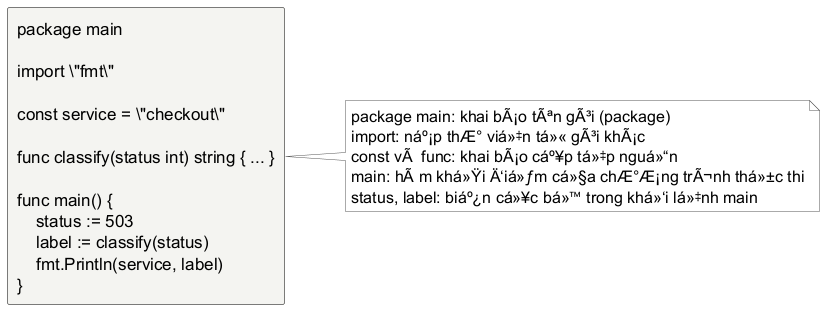
Before: assets/diagrams/go-source-anatomy.png, a diagram exported from PlantUML (Minhlike/Golang).
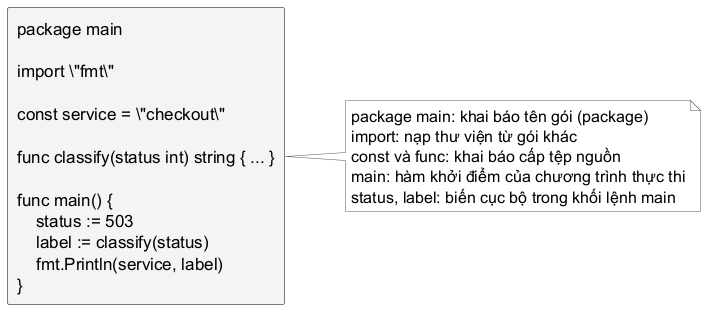
After the change.

What changed in the source:
```diff
@@ -1,16 +1,11 @@
 @startuml
 skinparam backgroundColor white
 skinparam shadowing false
-skinparam note {
-  BackgroundColor #F5F5F2
-  BorderColor #777777
-  FontColor #000000
-}
 skinparam defaultFontName "JetBrains Mono"
 skinparam defaultFontSize 17
 skinparam defaultFontColor #000000
 skinparam rectangle {
-  BackgroundColor #F4F4F1
+  BackgroundColor #F4F4F4
   BorderColor #000000
   FontColor #000000
   RoundCorner 4
@@ -27,10 +22,10 @@
 
 rectangle "package main\n\nimport \"fmt\"\n\nconst service = \"checkout\"\n\nfunc classify(status int) string { ... }\n\nfunc main() {\n    status := 503\n    label := classify(status)\n    fmt.Println(service, label)\n}" as source
 note right of source
-  package main: khai bÃ¡o tÃªn gÃ³i (package)
-  import: náº¡p thÆ° viá»‡n tá»« gÃ³i khÃ¡c
-  const vÃ  func: khai bÃ¡o cáº¥p tá»‡p nguá»“n
-  main: hÃ m khá»Ÿi Ä‘iá»ƒm cá»§a chÆ°Æ¡ng trÃ¬nh thá»±c thi
-  status, label: biáº¿n cá»¥c bá»™ trong khá»‘i lá»‡nh main
+  package main: khai báo tên gói (package)
+  import: nạp thư viện từ gói khác
+  const và func: khai báo cấp tệp nguồn
+  main: hàm khởi điểm của chương trình thực thi
+  status, label: biến cục bộ trong khối lệnh main
 end note
 @enduml
```
